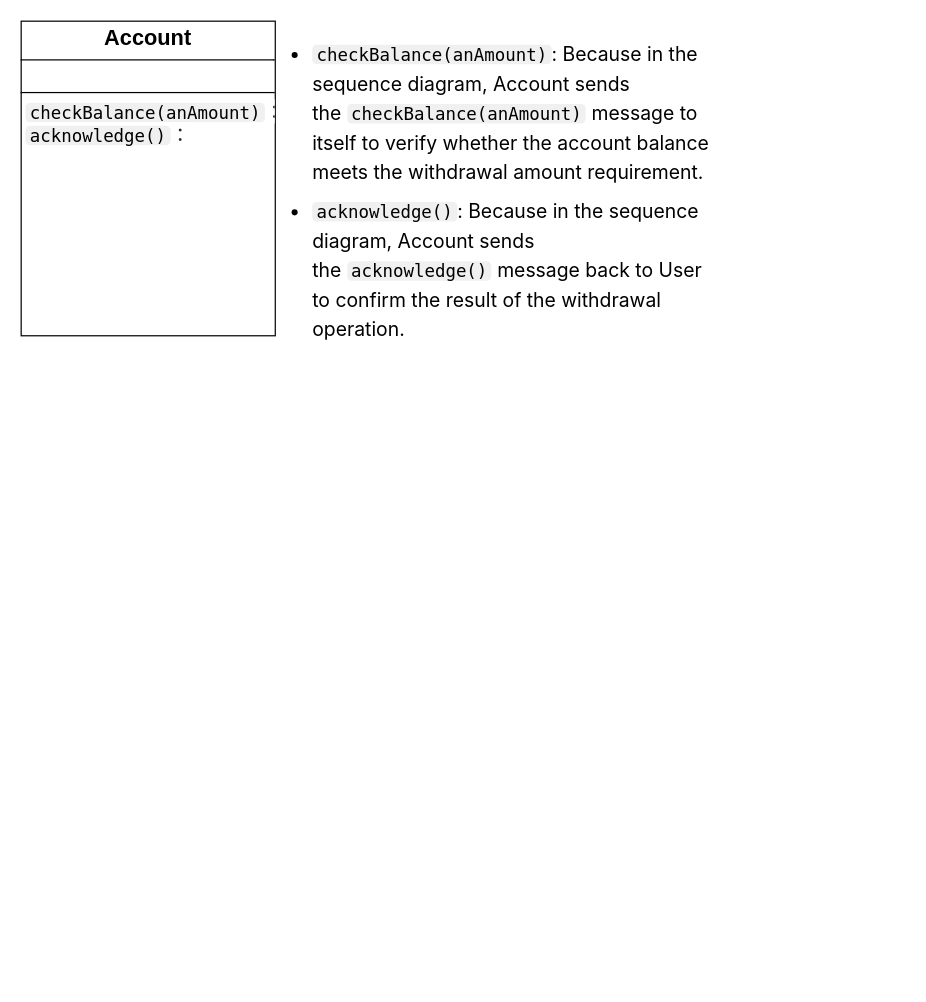
Earlier version of the draw.io diagram 外教PPT8.1作业.drawio (QC21ke/-). Source tidied: cells renumbered, new cells numbered last; positions are measured from the earlier drawing's top-left corner, leaving out a move shared by most shapes. Both pictures are drawn from the tidied source at 121%, with x=0, y=0 at pixel (21, 21).
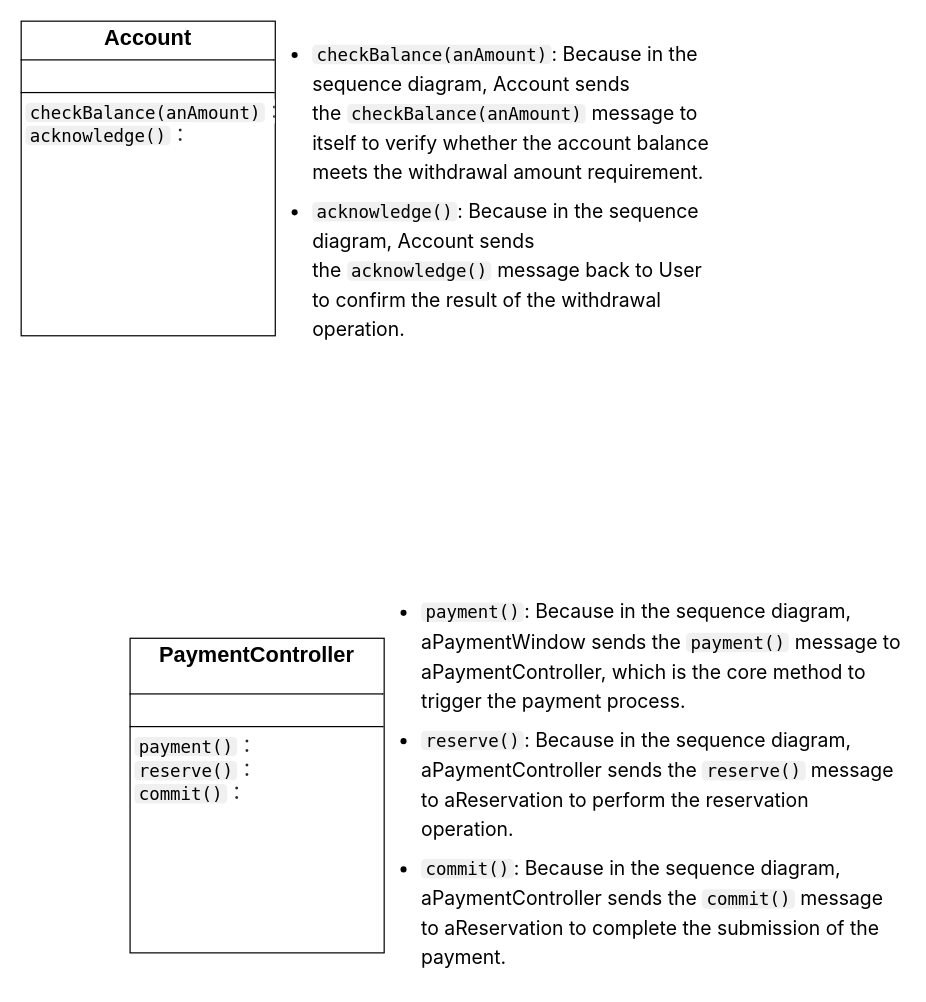
After the change.

Commit message (it also covers changes not shown here):
更新外教PPT8.1作业.drawio

Change to the diagram source:
```diff
@@
 <mxGraphModel>
   <root>
     <mxCell id="0" />
     <mxCell id="1" parent="0" />
     <mxCell id="2" value="&lt;p style=&quot;margin:0px;margin-top:4px;text-align:center;&quot;&gt;&lt;b&gt;&lt;font style=&quot;font-size: 18px;&quot;&gt;Account&lt;/font&gt;&lt;/b&gt;&lt;/p&gt;&lt;hr size=&quot;1&quot; style=&quot;border-style:solid;&quot;&gt;&lt;p style=&quot;margin:0px;margin-left:4px;&quot;&gt;&lt;br&gt;&lt;/p&gt;&lt;hr size=&quot;1&quot; style=&quot;border-style:solid;&quot;&gt;&lt;p style=&quot;margin:0px;margin-left:4px;&quot;&gt;&lt;code style=&quot;outline: none; -webkit-font-smoothing: antialiased; box-sizing: border-box; -webkit-tap-highlight-color: rgba(0, 0, 0, 0); border: 0px none rgb(0, 0, 0); margin: 0px; padding: 0px 3.6px; font-family: Menlo, Monaco, Consolas, &amp;quot;Courier New&amp;quot;, monospace; font-feature-settings: normal; font-size: 14.4px; font-variation-settings: normal; background: none 0% 0% / auto repeat scroll padding-box border-box rgba(0, 0, 0, 0.06); border-radius: 3.6px; overflow-anchor: auto;&quot;&gt;checkBalance(anAmount)&lt;/code&gt;&lt;span style=&quot;color: rgba(0, 0, 0, 0.85); font-family: Inter, -apple-system, BlinkMacSystemFont, &amp;quot;Segoe UI&amp;quot;, &amp;quot;PingFang SC&amp;quot;, &amp;quot;Hiragino Sans GB&amp;quot;, &amp;quot;Microsoft YaHei&amp;quot;, &amp;quot;Helvetica Neue&amp;quot;, Helvetica, Arial, sans-serif; font-size: 16px; background-color: rgb(255, 255, 255);&quot;&gt;：&lt;/span&gt;&lt;/p&gt;&lt;p style=&quot;margin:0px;margin-left:4px;&quot;&gt;&lt;span style=&quot;color: rgba(0, 0, 0, 0.85); font-family: Inter, -apple-system, BlinkMacSystemFont, &amp;quot;Segoe UI&amp;quot;, &amp;quot;PingFang SC&amp;quot;, &amp;quot;Hiragino Sans GB&amp;quot;, &amp;quot;Microsoft YaHei&amp;quot;, &amp;quot;Helvetica Neue&amp;quot;, Helvetica, Arial, sans-serif; font-size: 16px; background-color: rgb(255, 255, 255);&quot;&gt;&lt;code style=&quot;outline: none; -webkit-font-smoothing: antialiased; box-sizing: border-box; -webkit-tap-highlight-color: rgba(0, 0, 0, 0); border: 0px none rgb(0, 0, 0); margin: 0px; padding: 0px 3.6px; font-family: Menlo, Monaco, Consolas, &amp;quot;Courier New&amp;quot;, monospace; font-feature-settings: normal; font-size: 14.4px; font-variation-settings: normal; background: none 0% 0% / auto repeat scroll padding-box border-box rgba(0, 0, 0, 0.06); border-radius: 3.6px; color: rgb(0, 0, 0); overflow-anchor: auto;&quot;&gt;acknowledge()&lt;/code&gt;：&lt;/span&gt;&lt;/p&gt;" style="verticalAlign=top;align=left;overflow=fill;html=1;whiteSpace=wrap;" parent="1" vertex="1">
       <mxGeometry width="210" height="260" as="geometry" />
     </mxCell>
     <mxCell id="3" value="&lt;ul class=&quot;auto-hide-last-sibling-br&quot; style=&quot;outline: none; -webkit-font-smoothing: antialiased; box-sizing: border-box; -webkit-tap-highlight-color: rgba(0, 0, 0, 0); border: 0px solid; margin: 0px 0px 8px; padding: 0px 0px 0px 20px; list-style: none; overflow-anchor: auto; font-family: Inter, -apple-system, BlinkMacSystemFont, &amp;quot;Segoe UI&amp;quot;, &amp;quot;PingFang SC&amp;quot;, &amp;quot;Hiragino Sans GB&amp;quot;, &amp;quot;Microsoft YaHei&amp;quot;, &amp;quot;Helvetica Neue&amp;quot;, Helvetica, Arial, sans-serif; font-size: 16px; text-align: start; background-color: rgb(255, 255, 255);&quot;&gt;&lt;li style=&quot;outline: none; -webkit-font-smoothing: antialiased; box-sizing: border-box; -webkit-tap-highlight-color: rgba(0, 0, 0, 0); border: 0px solid; margin: 8px 0px; padding: 0px; line-height: 24px; list-style-type: disc; overflow-anchor: auto;&quot;&gt;&lt;code style=&quot;outline: none; -webkit-font-smoothing: antialiased; box-sizing: border-box; -webkit-tap-highlight-color: rgba(0, 0, 0, 0); border: 0px none rgb(0, 0, 0); margin: 0px; padding: 0px 3.6px; font-family: Menlo, Monaco, Consolas, &amp;quot;Courier New&amp;quot;, monospace; font-feature-settings: normal; font-size: 14.4px; font-variation-settings: normal; background: none 0% 0% / auto repeat scroll padding-box border-box rgba(0, 0, 0, 0.06); border-radius: 3.6px; overflow-anchor: auto;&quot;&gt;checkBalance(anAmount)&lt;/code&gt;: Because in the sequence diagram, Account sends the&amp;nbsp;&lt;code style=&quot;outline: none; -webkit-font-smoothing: antialiased; box-sizing: border-box; -webkit-tap-highlight-color: rgba(0, 0, 0, 0); border: 0px none rgb(0, 0, 0); margin: 0px; padding: 0px 3.6px; font-family: Menlo, Monaco, Consolas, &amp;quot;Courier New&amp;quot;, monospace; font-feature-settings: normal; font-size: 14.4px; font-variation-settings: normal; background: none 0% 0% / auto repeat scroll padding-box border-box rgba(0, 0, 0, 0.06); border-radius: 3.6px; overflow-anchor: auto;&quot;&gt;checkBalance(anAmount)&lt;/code&gt;&amp;nbsp;message to itself to verify whether the account balance meets the withdrawal amount requirement.&lt;/li&gt;&lt;li style=&quot;outline: none; -webkit-font-smoothing: antialiased; box-sizing: border-box; -webkit-tap-highlight-color: rgba(0, 0, 0, 0); border: 0px solid; margin: 8px 0px; padding: 0px; line-height: 24px; list-style-type: disc; overflow-anchor: auto;&quot;&gt;&lt;code style=&quot;outline: none; -webkit-font-smoothing: antialiased; box-sizing: border-box; -webkit-tap-highlight-color: rgba(0, 0, 0, 0); border: 0px none rgb(0, 0, 0); margin: 0px; padding: 0px 3.6px; font-family: Menlo, Monaco, Consolas, &amp;quot;Courier New&amp;quot;, monospace; font-feature-settings: normal; font-size: 14.4px; font-variation-settings: normal; background: none 0% 0% / auto repeat scroll padding-box border-box rgba(0, 0, 0, 0.06); border-radius: 3.6px; overflow-anchor: auto;&quot;&gt;acknowledge()&lt;/code&gt;: Because in the sequence diagram, Account sends the&amp;nbsp;&lt;code style=&quot;outline: none; -webkit-font-smoothing: antialiased; box-sizing: border-box; -webkit-tap-highlight-color: rgba(0, 0, 0, 0); border: 0px none rgb(0, 0, 0); margin: 0px; padding: 0px 3.6px; font-family: Menlo, Monaco, Consolas, &amp;quot;Courier New&amp;quot;, monospace; font-feature-settings: normal; font-size: 14.4px; font-variation-settings: normal; background: none 0% 0% / auto repeat scroll padding-box border-box rgba(0, 0, 0, 0.06); border-radius: 3.6px; overflow-anchor: auto;&quot;&gt;acknowledge()&lt;/code&gt;&amp;nbsp;message back to User to confirm the result of the withdrawal operation.&lt;/li&gt;&lt;/ul&gt;" style="text;html=1;whiteSpace=wrap;strokeColor=none;fillColor=none;align=center;verticalAlign=middle;rounded=0;" parent="1" vertex="1">
       <mxGeometry x="220" width="360" height="280" as="geometry" />
     </mxCell>
+    <mxCell id="4" value="&lt;p style=&quot;margin:0px;margin-top:4px;text-align:center;&quot;&gt;&lt;span style=&quot;font-size: 18px;&quot;&gt;&lt;b&gt;PaymentController&lt;/b&gt;&lt;/span&gt;&lt;/p&gt;&lt;div style=&quot;text-align: center;&quot;&gt;&lt;br&gt;&lt;/div&gt;&lt;hr size=&quot;1&quot; style=&quot;border-style:solid;&quot;&gt;&lt;p style=&quot;margin:0px;margin-left:4px;&quot;&gt;&lt;br&gt;&lt;/p&gt;&lt;hr size=&quot;1&quot; style=&quot;border-style:solid;&quot;&gt;&lt;p style=&quot;margin:0px;margin-left:4px;&quot;&gt;&lt;code style=&quot;outline: none; -webkit-font-smoothing: antialiased; box-sizing: border-box; -webkit-tap-highlight-color: rgba(0, 0, 0, 0); border: 0px none rgb(0, 0, 0); margin: 0px; padding: 0px 3.6px; font-family: Menlo, Monaco, Consolas, &amp;quot;Courier New&amp;quot;, monospace; font-feature-settings: normal; font-size: 14.4px; font-variation-settings: normal; background: none 0% 0% / auto repeat scroll padding-box border-box rgba(0, 0, 0, 0.06); border-radius: 3.6px; overflow-anchor: auto;&quot;&gt;payment()&lt;/code&gt;&lt;span style=&quot;color: rgba(0, 0, 0, 0.85); font-family: Inter, -apple-system, BlinkMacSystemFont, &amp;quot;Segoe UI&amp;quot;, &amp;quot;PingFang SC&amp;quot;, &amp;quot;Hiragino Sans GB&amp;quot;, &amp;quot;Microsoft YaHei&amp;quot;, &amp;quot;Helvetica Neue&amp;quot;, Helvetica, Arial, sans-serif; font-size: 16px; background-color: rgb(255, 255, 255);&quot;&gt;：&lt;/span&gt;&lt;/p&gt;&lt;p style=&quot;margin:0px;margin-left:4px;&quot;&gt;&lt;code style=&quot;outline: none; -webkit-font-smoothing: antialiased; box-sizing: border-box; -webkit-tap-highlight-color: rgba(0, 0, 0, 0); border: 0px none rgb(0, 0, 0); margin: 0px; padding: 0px 3.6px; font-family: Menlo, Monaco, Consolas, &amp;quot;Courier New&amp;quot;, monospace; font-feature-settings: normal; font-size: 14.4px; font-variation-settings: normal; background: none 0% 0% / auto repeat scroll padding-box border-box rgba(0, 0, 0, 0.06); border-radius: 3.6px; overflow-anchor: auto;&quot;&gt;reserve()&lt;/code&gt;&lt;span style=&quot;color: rgba(0, 0, 0, 0.85); font-family: Inter, -apple-system, BlinkMacSystemFont, &amp;quot;Segoe UI&amp;quot;, &amp;quot;PingFang SC&amp;quot;, &amp;quot;Hiragino Sans GB&amp;quot;, &amp;quot;Microsoft YaHei&amp;quot;, &amp;quot;Helvetica Neue&amp;quot;, Helvetica, Arial, sans-serif; font-size: 16px; background-color: rgb(255, 255, 255);&quot;&gt;：&lt;/span&gt;&lt;/p&gt;&lt;p style=&quot;margin:0px;margin-left:4px;&quot;&gt;&lt;code style=&quot;outline: none; -webkit-font-smoothing: antialiased; box-sizing: border-box; -webkit-tap-highlight-color: rgba(0, 0, 0, 0); border: 0px none rgb(0, 0, 0); margin: 0px; padding: 0px 3.6px; font-family: Menlo, Monaco, Consolas, &amp;quot;Courier New&amp;quot;, monospace; font-feature-settings: normal; font-size: 14.4px; font-variation-settings: normal; background: none 0% 0% / auto repeat scroll padding-box border-box rgba(0, 0, 0, 0.06); border-radius: 3.6px; overflow-anchor: auto;&quot;&gt;commit()&lt;/code&gt;&lt;span style=&quot;color: rgba(0, 0, 0, 0.85); font-family: Inter, -apple-system, BlinkMacSystemFont, &amp;quot;Segoe UI&amp;quot;, &amp;quot;PingFang SC&amp;quot;, &amp;quot;Hiragino Sans GB&amp;quot;, &amp;quot;Microsoft YaHei&amp;quot;, &amp;quot;Helvetica Neue&amp;quot;, Helvetica, Arial, sans-serif; font-size: 16px; background-color: rgb(255, 255, 255);&quot;&gt;：&lt;/span&gt;&lt;span style=&quot;color: rgba(0, 0, 0, 0.85); font-family: Inter, -apple-system, BlinkMacSystemFont, &amp;quot;Segoe UI&amp;quot;, &amp;quot;PingFang SC&amp;quot;, &amp;quot;Hiragino Sans GB&amp;quot;, &amp;quot;Microsoft YaHei&amp;quot;, &amp;quot;Helvetica Neue&amp;quot;, Helvetica, Arial, sans-serif; font-size: 16px; background-color: rgb(255, 255, 255);&quot;&gt;&lt;/span&gt;&lt;/p&gt;" style="verticalAlign=top;align=left;overflow=fill;html=1;whiteSpace=wrap;" parent="1" vertex="1">
+      <mxGeometry x="90" y="510" width="210" height="260" as="geometry" />
+    </mxCell>
+    <mxCell id="5" value="&lt;ul class=&quot;auto-hide-last-sibling-br&quot; style=&quot;outline: none; -webkit-font-smoothing: antialiased; box-sizing: border-box; -webkit-tap-highlight-color: rgba(0, 0, 0, 0); border: 0px solid; margin: 0px 0px 8px; padding: 0px 0px 0px 20px; list-style: none; overflow-anchor: auto; font-family: Inter, -apple-system, BlinkMacSystemFont, &amp;quot;Segoe UI&amp;quot;, &amp;quot;PingFang SC&amp;quot;, &amp;quot;Hiragino Sans GB&amp;quot;, &amp;quot;Microsoft YaHei&amp;quot;, &amp;quot;Helvetica Neue&amp;quot;, Helvetica, Arial, sans-serif; font-size: 16px; text-align: start; background-color: rgb(255, 255, 255);&quot;&gt;&lt;li style=&quot;outline: none; -webkit-font-smoothing: antialiased; box-sizing: border-box; -webkit-tap-highlight-color: rgba(0, 0, 0, 0); border: 0px solid; margin: 8px 0px; padding: 0px; line-height: 24px; list-style-type: disc; overflow-anchor: auto;&quot;&gt;&lt;code style=&quot;outline: none; -webkit-font-smoothing: antialiased; box-sizing: border-box; -webkit-tap-highlight-color: rgba(0, 0, 0, 0); border: 0px none rgb(0, 0, 0); margin: 0px; padding: 0px 3.6px; font-family: Menlo, Monaco, Consolas, &amp;quot;Courier New&amp;quot;, monospace; font-feature-settings: normal; font-size: 14.4px; font-variation-settings: normal; background: none 0% 0% / auto repeat scroll padding-box border-box rgba(0, 0, 0, 0.06); border-radius: 3.6px; overflow-anchor: auto;&quot;&gt;payment()&lt;/code&gt;: Because in the sequence diagram, aPaymentWindow sends the&amp;nbsp;&lt;code style=&quot;outline: none; -webkit-font-smoothing: antialiased; box-sizing: border-box; -webkit-tap-highlight-color: rgba(0, 0, 0, 0); border: 0px none rgb(0, 0, 0); margin: 0px; padding: 0px 3.6px; font-family: Menlo, Monaco, Consolas, &amp;quot;Courier New&amp;quot;, monospace; font-feature-settings: normal; font-size: 14.4px; font-variation-settings: normal; background: none 0% 0% / auto repeat scroll padding-box border-box rgba(0, 0, 0, 0.06); border-radius: 3.6px; overflow-anchor: auto;&quot;&gt;payment()&lt;/code&gt;&amp;nbsp;message to aPaymentController, which is the core method to trigger the payment process.&lt;/li&gt;&lt;li style=&quot;outline: none; -webkit-font-smoothing: antialiased; box-sizing: border-box; -webkit-tap-highlight-color: rgba(0, 0, 0, 0); border: 0px solid; margin: 8px 0px; padding: 0px; line-height: 24px; list-style-type: disc; overflow-anchor: auto;&quot;&gt;&lt;code style=&quot;outline: none; -webkit-font-smoothing: antialiased; box-sizing: border-box; -webkit-tap-highlight-color: rgba(0, 0, 0, 0); border: 0px none rgb(0, 0, 0); margin: 0px; padding: 0px 3.6px; font-family: Menlo, Monaco, Consolas, &amp;quot;Courier New&amp;quot;, monospace; font-feature-settings: normal; font-size: 14.4px; font-variation-settings: normal; background: none 0% 0% / auto repeat scroll padding-box border-box rgba(0, 0, 0, 0.06); border-radius: 3.6px; overflow-anchor: auto;&quot;&gt;reserve()&lt;/code&gt;: Because in the sequence diagram, aPaymentController sends the&amp;nbsp;&lt;code style=&quot;outline: none; -webkit-font-smoothing: antialiased; box-sizing: border-box; -webkit-tap-highlight-color: rgba(0, 0, 0, 0); border: 0px none rgb(0, 0, 0); margin: 0px; padding: 0px 3.6px; font-family: Menlo, Monaco, Consolas, &amp;quot;Courier New&amp;quot;, monospace; font-feature-settings: normal; font-size: 14.4px; font-variation-settings: normal; background: none 0% 0% / auto repeat scroll padding-box border-box rgba(0, 0, 0, 0.06); border-radius: 3.6px; overflow-anchor: auto;&quot;&gt;reserve()&lt;/code&gt;&amp;nbsp;message to aReservation to perform the reservation operation.&lt;/li&gt;&lt;li style=&quot;outline: none; -webkit-font-smoothing: antialiased; box-sizing: border-box; -webkit-tap-highlight-color: rgba(0, 0, 0, 0); border: 0px solid; margin: 8px 0px; padding: 0px; line-height: 24px; list-style-type: disc; overflow-anchor: auto;&quot;&gt;&lt;code style=&quot;outline: none; -webkit-font-smoothing: antialiased; box-sizing: border-box; -webkit-tap-highlight-color: rgba(0, 0, 0, 0); border: 0px none rgb(0, 0, 0); margin: 0px; padding: 0px 3.6px; font-family: Menlo, Monaco, Consolas, &amp;quot;Courier New&amp;quot;, monospace; font-feature-settings: normal; font-size: 14.4px; font-variation-settings: normal; background: none 0% 0% / auto repeat scroll padding-box border-box rgba(0, 0, 0, 0.06); border-radius: 3.6px; overflow-anchor: auto;&quot;&gt;commit()&lt;/code&gt;: Because in the sequence diagram, aPaymentController sends the&amp;nbsp;&lt;code style=&quot;outline: none; -webkit-font-smoothing: antialiased; box-sizing: border-box; -webkit-tap-highlight-color: rgba(0, 0, 0, 0); border: 0px none rgb(0, 0, 0); margin: 0px; padding: 0px 3.6px; font-family: Menlo, Monaco, Consolas, &amp;quot;Courier New&amp;quot;, monospace; font-feature-settings: normal; font-size: 14.4px; font-variation-settings: normal; background: none 0% 0% / auto repeat scroll padding-box border-box rgba(0, 0, 0, 0.06); border-radius: 3.6px; overflow-anchor: auto;&quot;&gt;commit()&lt;/code&gt;&amp;nbsp;message to aReservation to complete the submission of the payment.&lt;/li&gt;&lt;/ul&gt;" style="text;html=1;whiteSpace=wrap;strokeColor=none;fillColor=none;align=center;verticalAlign=middle;rounded=0;" parent="1" vertex="1">
+      <mxGeometry x="310" y="480" width="420" height="300" as="geometry" />
+    </mxCell>
   </root>
 </mxGraphModel>
```
